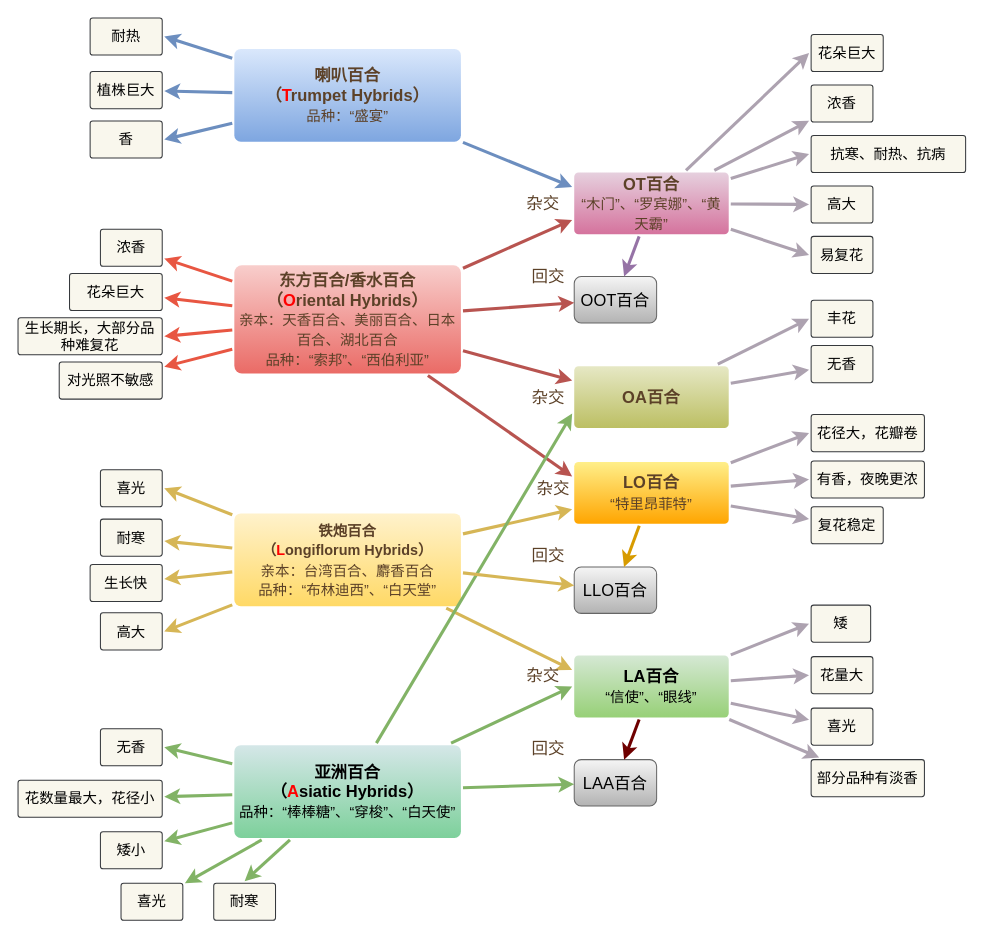
Before: botany/lily.drawio in tpcx/draw-public, a draw.io diagram. Source tidied: cells renumbered, new cells numbered last; positions are measured from the earlier drawing's top-left corner, leaving out a move shared by most shapes. Both pictures are drawn from the tidied source at 103%, with x=0, y=0 at pixel (18, 18).
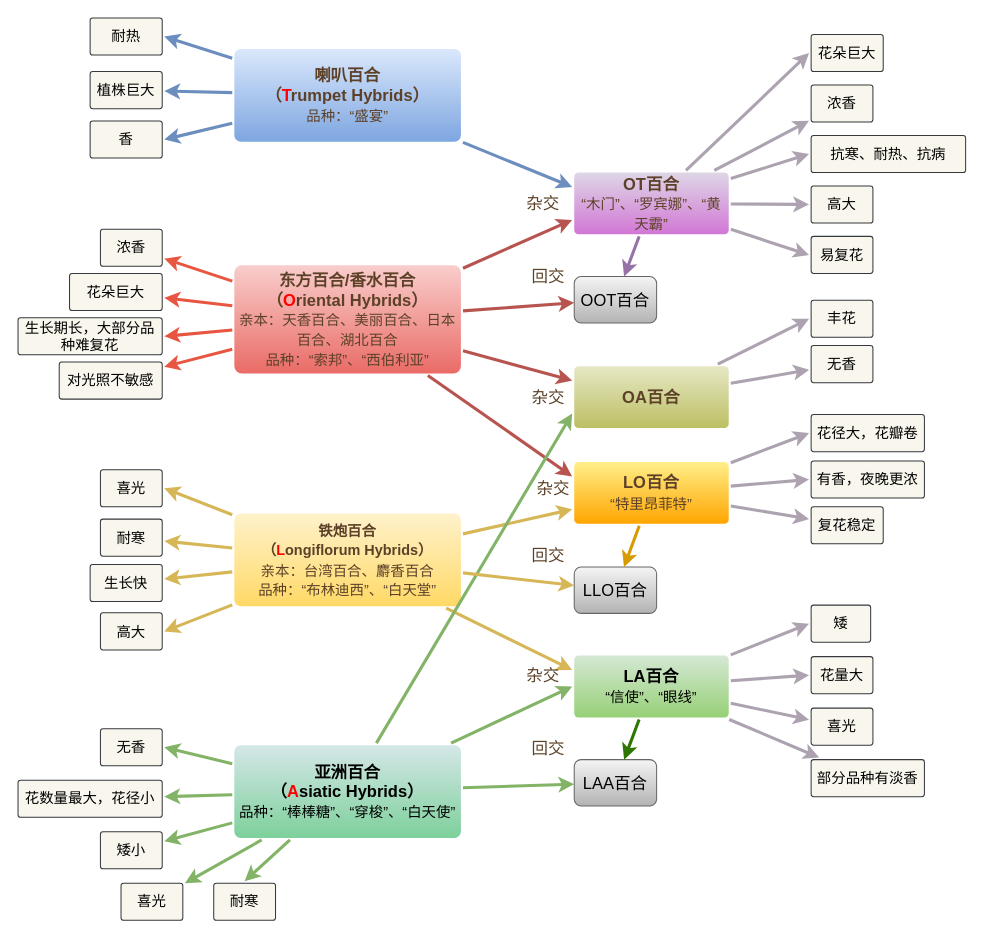
After the change.

Unchanged cells that the change refers to:
```xml
<mxCell id="27" value="LA百合&lt;br style=&quot;font-size: 16px&quot;&gt;&lt;span style=&quot;font-weight: normal&quot;&gt;&lt;font style=&quot;font-size: 14px&quot;&gt;“信使”、“眼线”&lt;/font&gt;&lt;/span&gt;" style="rounded=1;whiteSpace=wrap;html=1;shadow=0;labelBackgroundColor=none;strokeWidth=3;fontFamily=Helvetica;fontSize=16;align=center;spacing=5;fontStyle=1;arcSize=7;perimeterSpacing=2;gradientColor=#97d077;fillColor=#d5e8d4;strokeColor=none;" parent="1" vertex="1">
  <mxGeometry x="540" y="619" width="150" height="60" as="geometry" />
</mxCell>
<mxCell id="80" value="LAA百合" style="rounded=1;whiteSpace=wrap;html=1;strokeWidth=1;fillColor=#f5f5f5;gradientColor=#b3b3b3;fontSize=16;strokeColor=#666666;" parent="1" vertex="1">
  <mxGeometry x="540" y="720" width="80" height="45" as="geometry" />
</mxCell>
```

Diff of the diagram source:
```diff
@@
-    <mxCell id="30" value="OT百合&lt;br&gt;&lt;span style=&quot;font-weight: normal&quot;&gt;&lt;font style=&quot;font-size: 14px&quot;&gt;“木门”、“罗宾娜”、“黄天霸”&lt;/font&gt;&lt;/span&gt;" style="rounded=1;whiteSpace=wrap;html=1;shadow=0;labelBackgroundColor=none;strokeWidth=3;fontFamily=Helvetica;fontSize=16;align=center;spacing=5;fontStyle=1;arcSize=7;perimeterSpacing=2;gradientColor=#d5739d;fillColor=#e6d0de;strokeColor=none;fontColor=#5C4128;" parent="1" vertex="1">
+    <mxCell id="30" value="OT百合&lt;br&gt;&lt;span style=&quot;font-weight: normal&quot;&gt;&lt;font style=&quot;font-size: 14px&quot;&gt;“木门”、“罗宾娜”、“黄天霸”&lt;/font&gt;&lt;/span&gt;" style="rounded=1;whiteSpace=wrap;html=1;shadow=0;labelBackgroundColor=none;strokeWidth=3;fontFamily=Helvetica;fontSize=16;align=center;spacing=5;fontStyle=1;arcSize=7;perimeterSpacing=2;strokeColor=none;fontColor=#5C4128;gradientColor=#D277D5;fillColor=#DED6E6;" parent="1" vertex="1">
       <mxGeometry x="540" y="150" width="150" height="60" as="geometry" />
     </mxCell>
@@
-    <mxCell id="82" style="edgeStyle=none;rounded=1;jumpStyle=none;html=1;shadow=0;labelBackgroundColor=none;startArrow=none;startFill=0;jettySize=auto;strokeWidth=3;fontFamily=Helvetica;fontSize=18;fontColor=#FFFFFF;spacing=5;fontStyle=1;fillColor=#a20025;strokeColor=#6F0000;" parent="1" edge="1" source="27" target="80">
+    <mxCell id="82" style="edgeStyle=none;rounded=1;jumpStyle=none;html=1;shadow=0;labelBackgroundColor=none;startArrow=none;startFill=0;jettySize=auto;strokeWidth=3;fontFamily=Helvetica;fontSize=18;fontColor=#FFFFFF;spacing=5;fontStyle=1;fillColor=#60a917;strokeColor=#2D7600;" parent="1" edge="1" source="27" target="80">
       <mxGeometry relative="1" as="geometry" />
     </mxCell>
```
